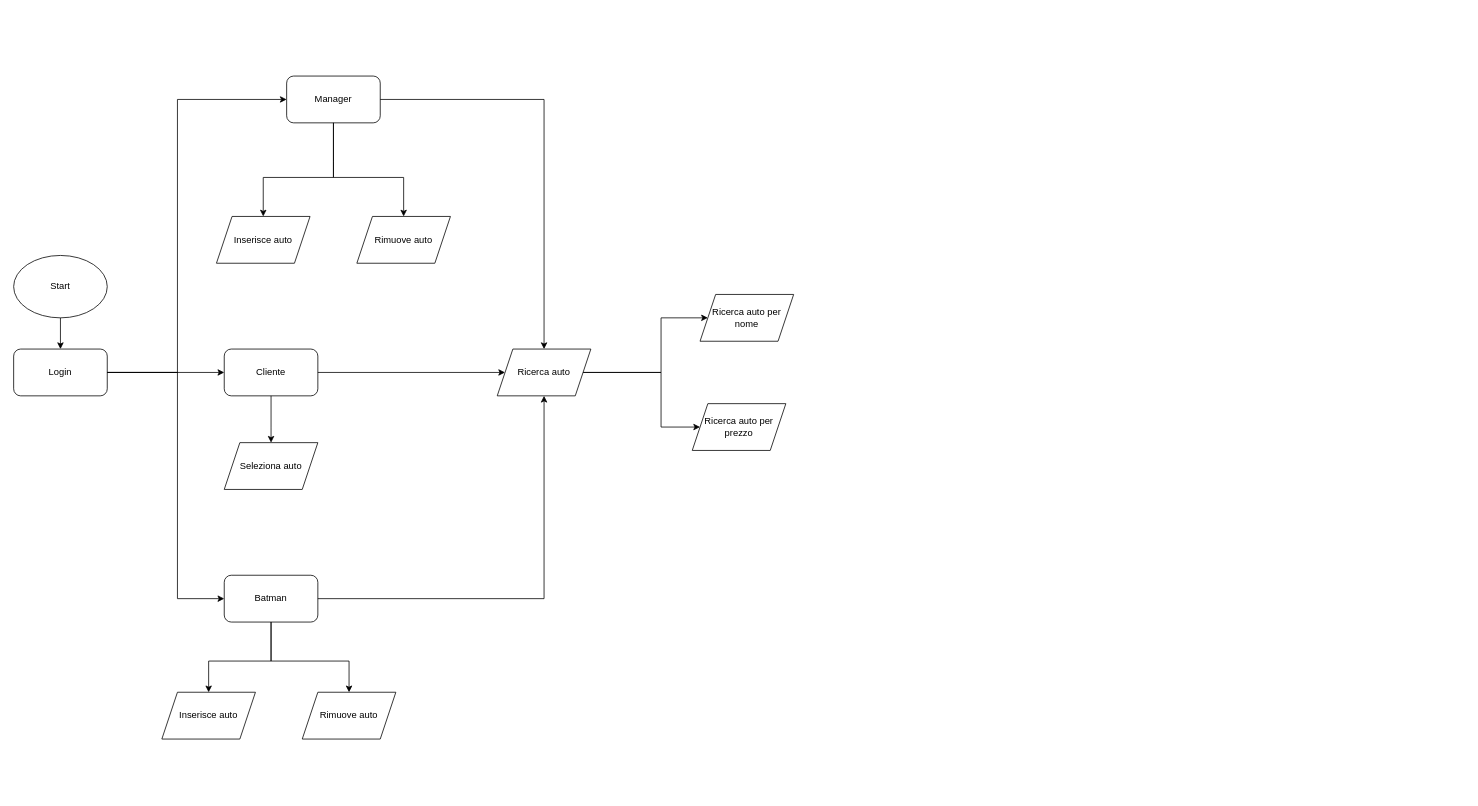
Before: Autonoleggio.drawio in margot71/Autonoleggio, a draw.io diagram. Source tidied: cells renumbered, new cells numbered last; positions are measured from the earlier drawing's top-left corner, leaving out a move shared by most shapes. Both pictures are drawn from the tidied source at 78%, with x=0, y=0 at pixel (13, 76).
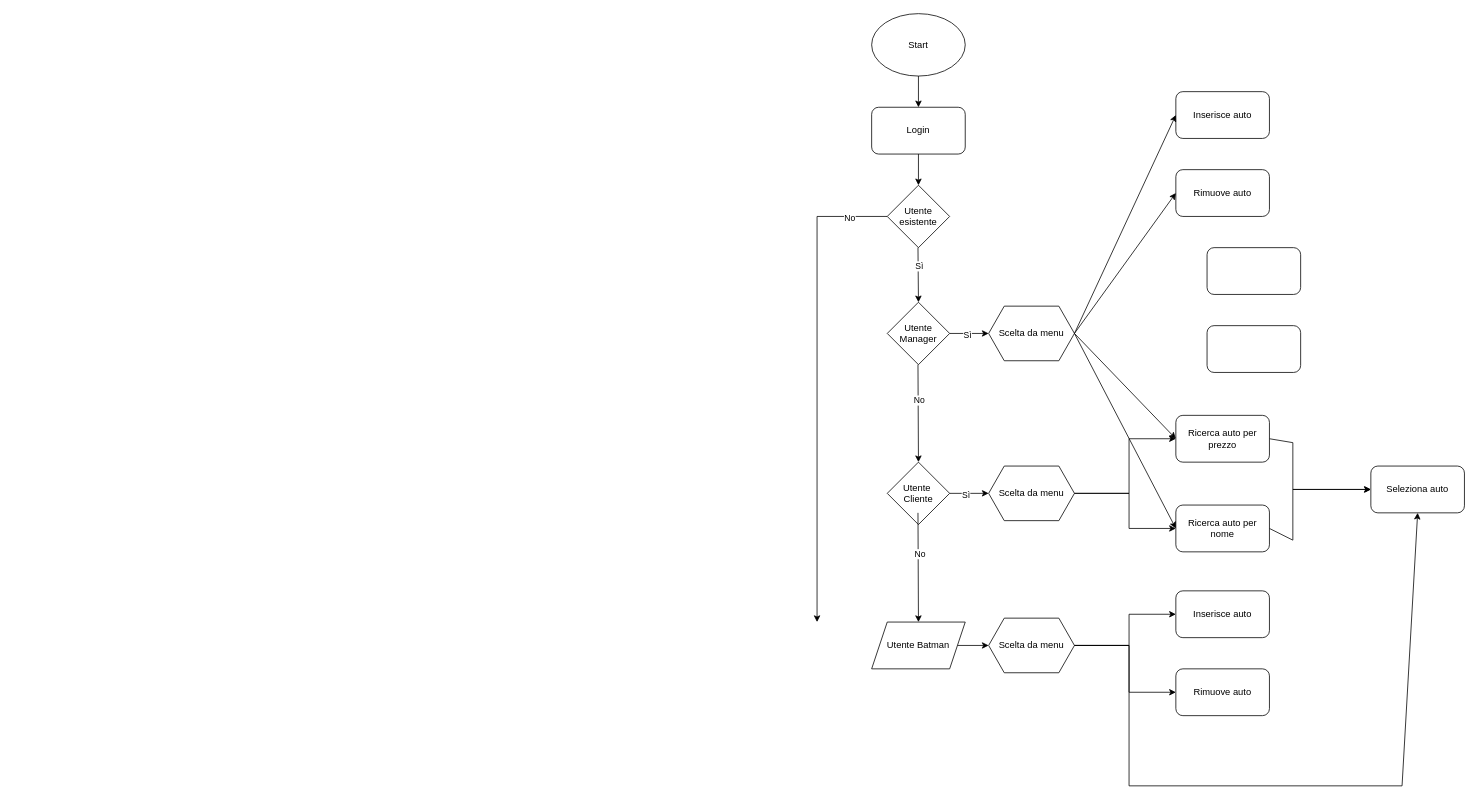
Above is the later version.

Change to the diagram source:
```diff
@@
     <mxCell id="2" value="Start" style="ellipse;whiteSpace=wrap;html=1;" parent="1" vertex="1">
-      <mxGeometry y="230" width="120" height="80" as="geometry" />
+      <mxGeometry x="1100" y="-80" width="120" height="80" as="geometry" />
     </mxCell>
+    <mxCell id="10" style="endArrow=classic;html=1;rounded=0;exitX=0.5;exitY=1;exitDx=0;exitDy=0;entryX=0.5;entryY=0;entryDx=0;entryDy=0;" parent="1" edge="1" source="2" target="3">
+      <mxGeometry relative="1" as="geometry" />
+    </mxCell>
+    <mxCell id="29" style="endArrow=classic;html=1;rounded=0;exitX=1;exitY=0.5;exitDx=0;exitDy=0;entryX=0.5;entryY=1;entryDx=0;entryDy=0;" parent="1" edge="1" source="48" target="16">
+      <mxGeometry relative="1" as="geometry">
+        <Array as="points">
+          <mxPoint x="1430" y="730" />
+          <mxPoint x="1430" y="910" />
+          <mxPoint x="1780" y="910" />
+        </Array>
+      </mxGeometry>
+    </mxCell>
+    <mxCell id="30" value="Scelta da menu" style="shape=hexagon;perimeter=hexagonPerimeter2;whiteSpace=wrap;html=1;fixedSize=1;" parent="1" vertex="1">
+      <mxGeometry x="1250" y="295" width="110" height="70" as="geometry" />
+    </mxCell>
+    <mxCell id="31" value="Utente esistente" style="rhombus;whiteSpace=wrap;html=1;" parent="1" vertex="1">
+      <mxGeometry x="1120" y="140" width="80" height="80" as="geometry" />
+    </mxCell>
+    <mxCell id="32" style="endArrow=classic;html=1;rounded=0;exitX=0.5;exitY=1;exitDx=0;exitDy=0;entryX=0.5;entryY=0;entryDx=0;entryDy=0;" parent="1" edge="1" source="3" target="31">
+      <mxGeometry relative="1" as="geometry" />
+    </mxCell>
+    <mxCell id="33" style="endArrow=classic;html=1;rounded=0;exitX=0;exitY=0.5;exitDx=0;exitDy=0;" parent="1" edge="1" source="31">
+      <mxGeometry relative="1" as="geometry">
+        <mxPoint x="1030" y="700" as="targetPoint" />
+        <Array as="points">
+          <mxPoint x="1030" y="180" />
+        </Array>
+      </mxGeometry>
+    </mxCell>
+    <mxCell id="34" value="No" style="edgeLabel;html=1;align=center;verticalAlign=middle;" parent="33" vertex="1">
+      <mxGeometry x="-0.82" y="1" relative="1" as="geometry">
+        <mxPoint x="6" as="offset" />
+      </mxGeometry>
+    </mxCell>
+    <mxCell id="35" style="endArrow=classic;html=1;rounded=0;exitX=0.5;exitY=1;exitDx=0;exitDy=0;entryX=0.5;entryY=0;entryDx=0;entryDy=0;" parent="1" edge="1" target="37">
+      <mxGeometry relative="1" as="geometry">
+        <mxPoint x="1159.4" y="220" as="sourcePoint" />
+      </mxGeometry>
+    </mxCell>
+    <mxCell id="36" value="Sì" style="edgeLabel;html=1;align=center;verticalAlign=middle;" parent="35" vertex="1">
+      <mxGeometry x="-0.31" y="1" relative="1" as="geometry" />
+    </mxCell>
+    <mxCell id="37" value="Utente Manager" style="rhombus;whiteSpace=wrap;html=1;" parent="1" vertex="1">
+      <mxGeometry x="1120" y="290" width="80" height="80" as="geometry" />
+    </mxCell>
+    <mxCell id="38" style="endArrow=classic;html=1;rounded=0;exitX=0.5;exitY=1;exitDx=0;exitDy=0;entryX=0.5;entryY=0;entryDx=0;entryDy=0;" parent="1" edge="1" target="43">
+      <mxGeometry relative="1" as="geometry">
+        <mxPoint x="1159.4" y="370" as="sourcePoint" />
+      </mxGeometry>
+    </mxCell>
+    <mxCell id="39" value="No" style="edgeLabel;html=1;align=center;verticalAlign=middle;" parent="38" vertex="1">
+      <mxGeometry x="-0.26" y="1" relative="1" as="geometry" />
+    </mxCell>
+    <mxCell id="40" style="endArrow=classic;html=1;rounded=0;exitX=1;exitY=0.5;exitDx=0;exitDy=0;entryX=0;entryY=0.5;entryDx=0;entryDy=0;" parent="1" edge="1" source="37" target="30">
+      <mxGeometry relative="1" as="geometry" />
+    </mxCell>
+    <mxCell id="41" value="Sì" style="edgeLabel;html=1;align=center;verticalAlign=middle;" parent="40" vertex="1">
+      <mxGeometry x="-0.14" y="-1" relative="1" as="geometry" />
+    </mxCell>
+    <mxCell id="42" value="Scelta da menu" style="shape=hexagon;perimeter=hexagonPerimeter2;whiteSpace=wrap;html=1;fixedSize=1;" parent="1" vertex="1">
+      <mxGeometry x="1250" y="500" width="110" height="70" as="geometry" />
+    </mxCell>
+    <mxCell id="43" value="Utente&amp;nbsp;&lt;div&gt;Cliente&lt;/div&gt;" style="rhombus;whiteSpace=wrap;html=1;" parent="1" vertex="1">
+      <mxGeometry x="1120" y="495" width="80" height="80" as="geometry" />
+    </mxCell>
+    <mxCell id="44" style="endArrow=classic;html=1;rounded=0;exitX=0.5;exitY=1;exitDx=0;exitDy=0;entryX=0.5;entryY=0;entryDx=0;entryDy=0;" parent="1" edge="1" target="51">
+      <mxGeometry relative="1" as="geometry">
+        <mxPoint x="1159.4" y="560" as="sourcePoint" />
+      </mxGeometry>
+    </mxCell>
+    <mxCell id="45" value="No" style="edgeLabel;html=1;align=center;verticalAlign=middle;" parent="44" vertex="1">
+      <mxGeometry x="-0.25" y="2" relative="1" as="geometry" />
+    </mxCell>
+    <mxCell id="46" style="endArrow=classic;html=1;rounded=0;exitX=1;exitY=0.5;exitDx=0;exitDy=0;entryX=0;entryY=0.5;entryDx=0;entryDy=0;" parent="1" edge="1" source="43" target="42">
+      <mxGeometry relative="1" as="geometry" />
+    </mxCell>
+    <mxCell id="47" value="Sì" style="edgeLabel;html=1;align=center;verticalAlign=middle;" parent="46" vertex="1">
+      <mxGeometry x="-0.19" y="-2" relative="1" as="geometry">
+        <mxPoint y="-1" as="offset" />
+      </mxGeometry>
+    </mxCell>
+    <mxCell id="48" value="Scelta da menu" style="shape=hexagon;perimeter=hexagonPerimeter2;whiteSpace=wrap;html=1;fixedSize=1;" parent="1" vertex="1">
+      <mxGeometry x="1250" y="695" width="110" height="70" as="geometry" />
+    </mxCell>
+    <mxCell id="49" style="endArrow=classic;html=1;rounded=0;exitX=1;exitY=0.5;exitDx=0;exitDy=0;entryX=0;entryY=0.5;entryDx=0;entryDy=0;" parent="1" edge="1" source="51" target="48">
+      <mxGeometry relative="1" as="geometry" />
+    </mxCell>
+    <mxCell id="50" style="endArrow=classic;html=1;rounded=0;exitX=1;exitY=0.5;exitDx=0;exitDy=0;entryX=0;entryY=0.5;entryDx=0;entryDy=0;" parent="1" edge="1" source="13" target="16">
+      <mxGeometry relative="1" as="geometry">
+        <Array as="points">
+          <mxPoint x="1640" y="595" />
+          <mxPoint x="1640" y="530" />
+        </Array>
+      </mxGeometry>
+    </mxCell>
+    <mxCell id="51" value="Utente Batman" style="shape=parallelogram;perimeter=parallelogramPerimeter;whiteSpace=wrap;html=1;fixedSize=1;" parent="1" vertex="1">
+      <mxGeometry x="1100" y="700" width="120" height="60" as="geometry" />
+    </mxCell>
+    <mxCell id="52" style="endArrow=classic;html=1;rounded=0;exitX=1;exitY=0.5;exitDx=0;exitDy=0;entryX=0;entryY=0.5;entryDx=0;entryDy=0;" parent="1" edge="1" source="17" target="16">
+      <mxGeometry relative="1" as="geometry">
+        <Array as="points">
+          <mxPoint x="1640" y="470" />
+          <mxPoint x="1640" y="530" />
+        </Array>
+      </mxGeometry>
+    </mxCell>
     <mxCell id="3" value="Login" style="rounded=1;whiteSpace=wrap;html=1;" parent="1" vertex="1">
-      <mxGeometry y="350" width="120" height="60" as="geometry" />
+      <mxGeometry x="1100" y="40" width="120" height="60" as="geometry" />
     </mxCell>
-    <mxCell id="4" value="Manager" style="rounded=1;whiteSpace=wrap;html=1;" parent="1" vertex="1">
-      <mxGeometry x="350" width="120" height="60" as="geometry" />
-    </mxCell>
-    <mxCell id="5" value="Cliente" style="rounded=1;whiteSpace=wrap;html=1;" parent="1" vertex="1">
-      <mxGeometry x="270" y="350" width="120" height="60" as="geometry" />
-    </mxCell>
-    <mxCell id="6" value="Batman" style="rounded=1;whiteSpace=wrap;html=1;" parent="1" vertex="1">
-      <mxGeometry x="270" y="640" width="120" height="60" as="geometry" />
-    </mxCell>
-    <mxCell id="7" style="endArrow=classic;html=1;rounded=0;exitX=1;exitY=0.5;exitDx=0;exitDy=0;entryX=0;entryY=0.5;entryDx=0;entryDy=0;" parent="1" edge="1" source="3" target="4">
-      <mxGeometry relative="1" as="geometry">
-        <Array as="points">
-          <mxPoint x="210" y="380" />
-          <mxPoint x="210" y="30" />
-        </Array>
-      </mxGeometry>
-    </mxCell>
-    <mxCell id="8" style="endArrow=classic;html=1;rounded=0;exitX=1;exitY=0.5;exitDx=0;exitDy=0;entryX=0;entryY=0.5;entryDx=0;entryDy=0;" parent="1" edge="1" source="3" target="6">
-      <mxGeometry relative="1" as="geometry">
-        <Array as="points">
-          <mxPoint x="210" y="380" />
-          <mxPoint x="210" y="670" />
-        </Array>
-      </mxGeometry>
-    </mxCell>
-    <mxCell id="9" style="endArrow=classic;html=1;rounded=0;exitX=1;exitY=0.5;exitDx=0;exitDy=0;entryX=0;entryY=0.5;entryDx=0;entryDy=0;" parent="1" edge="1" source="3" target="5">
-      <mxGeometry relative="1" as="geometry" />
-    </mxCell>
-    <mxCell id="10" style="endArrow=classic;html=1;rounded=0;exitX=0.5;exitY=1;exitDx=0;exitDy=0;entryX=0.5;entryY=0;entryDx=0;entryDy=0;" parent="1" edge="1" source="2" target="3">
-      <mxGeometry relative="1" as="geometry" />
-    </mxCell>
-    <mxCell id="11" value="Inserisce auto" style="shape=parallelogram;perimeter=parallelogramPerimeter;whiteSpace=wrap;html=1;fixedSize=1;" parent="1" vertex="1">
-      <mxGeometry x="260" y="180" width="120" height="60" as="geometry" />
-    </mxCell>
-    <mxCell id="12" value="Rimuove auto" style="shape=parallelogram;perimeter=parallelogramPerimeter;whiteSpace=wrap;html=1;fixedSize=1;" parent="1" vertex="1">
-      <mxGeometry x="440" y="180" width="120" height="60" as="geometry" />
-    </mxCell>
+    <mxCell id="53" value="Inserisce auto" style="rounded=1;whiteSpace=wrap;html=1;" parent="1" vertex="1">
+      <mxGeometry x="1490" y="20" width="120" height="60" as="geometry" />
+    </mxCell>
+    <mxCell id="54" value="Rimuove auto" style="rounded=1;whiteSpace=wrap;html=1;" parent="1" vertex="1">
+      <mxGeometry x="1490" y="120" width="120" height="60" as="geometry" />
+    </mxCell>
+    <mxCell id="55" style="endArrow=classic;html=1;rounded=0;exitX=1;exitY=0.5;exitDx=0;exitDy=0;entryX=0;entryY=0.5;entryDx=0;entryDy=0;" parent="1" edge="1" source="30" target="53">
+      <mxGeometry relative="1" as="geometry" />
+    </mxCell>
+    <mxCell id="56" style="endArrow=classic;html=1;rounded=0;exitX=1;exitY=0.5;exitDx=0;exitDy=0;entryX=0;entryY=0.5;entryDx=0;entryDy=0;" parent="1" edge="1" source="30" target="54">
+      <mxGeometry relative="1" as="geometry" />
+    </mxCell>
+    <mxCell id="17" value="Ricerca auto per prezzo" style="rounded=1;whiteSpace=wrap;html=1;" parent="1" vertex="1">
+      <mxGeometry x="1490" y="435" width="120" height="60" as="geometry" />
+    </mxCell>
-    <mxCell id="13" value="Ricerca auto per nome" style="shape=parallelogram;perimeter=parallelogramPerimeter;whiteSpace=wrap;html=1;fixedSize=1;" parent="1" vertex="1">
-      <mxGeometry x="880" y="280" width="120" height="60" as="geometry" />
+    <mxCell id="13" value="Ricerca auto per nome" style="rounded=1;whiteSpace=wrap;html=1;" parent="1" vertex="1">
+      <mxGeometry x="1490" y="550" width="120" height="60" as="geometry" />
     </mxCell>
-    <mxCell id="14" style="endArrow=classic;html=1;rounded=0;exitX=0.5;exitY=1;exitDx=0;exitDy=0;entryX=0.5;entryY=0;entryDx=0;entryDy=0;" parent="1" edge="1" source="4" target="11">
-      <mxGeometry relative="1" as="geometry">
-        <Array as="points">
-          <mxPoint x="410" y="130" />
-          <mxPoint x="320" y="130" />
-        </Array>
-      </mxGeometry>
-    </mxCell>
-    <mxCell id="15" style="endArrow=classic;html=1;rounded=0;exitX=0.5;exitY=1;exitDx=0;exitDy=0;entryX=0.5;entryY=0;entryDx=0;entryDy=0;" parent="1" edge="1" source="4" target="12">
-      <mxGeometry relative="1" as="geometry">
-        <Array as="points">
-          <mxPoint x="410" y="110" />
-          <mxPoint x="410" y="130" />
-          <mxPoint x="500" y="130" />
-        </Array>
-      </mxGeometry>
-    </mxCell>
-    <mxCell id="16" value="Seleziona auto" style="shape=parallelogram;perimeter=parallelogramPerimeter;whiteSpace=wrap;html=1;fixedSize=1;" parent="1" vertex="1">
-      <mxGeometry x="270" y="470" width="120" height="60" as="geometry" />
+    <mxCell id="16" value="Seleziona auto" style="rounded=1;whiteSpace=wrap;html=1;" parent="1" vertex="1">
+      <mxGeometry x="1740" y="500" width="120" height="60" as="geometry" />
     </mxCell>
-    <mxCell id="17" value="Ricerca auto per prezzo" style="shape=parallelogram;perimeter=parallelogramPerimeter;whiteSpace=wrap;html=1;fixedSize=1;" parent="1" vertex="1">
-      <mxGeometry x="870" y="420" width="120" height="60" as="geometry" />
-    </mxCell>
-    <mxCell id="18" style="endArrow=classic;html=1;rounded=0;exitX=1;exitY=0.5;exitDx=0;exitDy=0;entryX=0;entryY=0.5;entryDx=0;entryDy=0;" parent="1" edge="1" source="25" target="13">
-      <mxGeometry relative="1" as="geometry">
-        <Array as="points">
-          <mxPoint x="830" y="380" />
-          <mxPoint x="830" y="310" />
-        </Array>
-      </mxGeometry>
-    </mxCell>
-    <mxCell id="19" style="endArrow=classic;html=1;rounded=0;exitX=0.5;exitY=1;exitDx=0;exitDy=0;entryX=0.5;entryY=0;entryDx=0;entryDy=0;" parent="1" edge="1" source="5" target="16">
-      <mxGeometry relative="1" as="geometry">
-        <Array as="points">
-          <mxPoint x="330" y="450" />
-        </Array>
-      </mxGeometry>
-    </mxCell>
-    <mxCell id="20" style="endArrow=classic;html=1;rounded=0;exitX=1;exitY=0.5;exitDx=0;exitDy=0;entryX=0;entryY=0.5;entryDx=0;entryDy=0;" parent="1" edge="1" source="25" target="17">
-      <mxGeometry relative="1" as="geometry">
-        <Array as="points">
-          <mxPoint x="830" y="380" />
-          <mxPoint x="830" y="450" />
-        </Array>
-      </mxGeometry>
-    </mxCell>
-    <mxCell id="21" value="Inserisce auto" style="shape=parallelogram;perimeter=parallelogramPerimeter;whiteSpace=wrap;html=1;fixedSize=1;" parent="1" vertex="1">
-      <mxGeometry x="190" y="790" width="120" height="60" as="geometry" />
-    </mxCell>
-    <mxCell id="22" value="Rimuove auto" style="shape=parallelogram;perimeter=parallelogramPerimeter;whiteSpace=wrap;html=1;fixedSize=1;" parent="1" vertex="1">
-      <mxGeometry x="370" y="790" width="120" height="60" as="geometry" />
-    </mxCell>
-    <mxCell id="23" style="endArrow=classic;html=1;rounded=0;exitX=0.5;exitY=1;exitDx=0;exitDy=0;entryX=0.5;entryY=0;entryDx=0;entryDy=0;" parent="1" edge="1" source="6" target="21">
-      <mxGeometry relative="1" as="geometry">
-        <Array as="points">
-          <mxPoint x="330" y="750" />
-          <mxPoint x="250" y="750" />
-        </Array>
-      </mxGeometry>
-    </mxCell>
-    <mxCell id="24" style="endArrow=classic;html=1;rounded=0;exitX=0.5;exitY=1;exitDx=0;exitDy=0;entryX=0.5;entryY=0;entryDx=0;entryDy=0;" parent="1" edge="1" source="6" target="22">
-      <mxGeometry relative="1" as="geometry">
-        <Array as="points">
-          <mxPoint x="330" y="750" />
-          <mxPoint x="430" y="750" />
-        </Array>
-      </mxGeometry>
-    </mxCell>
-    <mxCell id="25" value="Ricerca auto" style="shape=parallelogram;perimeter=parallelogramPerimeter;whiteSpace=wrap;html=1;fixedSize=1;" parent="1" vertex="1">
-      <mxGeometry x="620" y="350" width="120" height="60" as="geometry" />
-    </mxCell>
-    <mxCell id="26" style="endArrow=classic;html=1;rounded=0;exitX=1;exitY=0.5;exitDx=0;exitDy=0;entryX=0;entryY=0.5;entryDx=0;entryDy=0;" parent="1" edge="1" source="5" target="25">
-      <mxGeometry relative="1" as="geometry" />
-    </mxCell>
-    <mxCell id="27" style="endArrow=classic;html=1;rounded=0;exitX=1;exitY=0.5;exitDx=0;exitDy=0;entryX=0.5;entryY=0;entryDx=0;entryDy=0;" parent="1" edge="1" source="4" target="25">
-      <mxGeometry relative="1" as="geometry">
-        <Array as="points">
-          <mxPoint x="680" y="30" />
-        </Array>
-      </mxGeometry>
-    </mxCell>
-    <mxCell id="28" style="endArrow=classic;html=1;rounded=0;exitX=1;exitY=0.5;exitDx=0;exitDy=0;entryX=0.5;entryY=1;entryDx=0;entryDy=0;" parent="1" edge="1" source="6" target="25">
-      <mxGeometry relative="1" as="geometry">
-        <Array as="points">
-          <mxPoint x="680" y="670" />
-        </Array>
-      </mxGeometry>
-    </mxCell>
+    <mxCell id="57" style="endArrow=classic;html=1;rounded=0;exitX=1;exitY=0.5;exitDx=0;exitDy=0;entryX=0;entryY=0.5;entryDx=0;entryDy=0;" parent="1" edge="1" source="42" target="17">
+      <mxGeometry relative="1" as="geometry">
+        <Array as="points">
+          <mxPoint x="1430" y="535" />
+          <mxPoint x="1430" y="465" />
+        </Array>
+      </mxGeometry>
+    </mxCell>
+    <mxCell id="58" style="endArrow=classic;html=1;rounded=0;exitX=1;exitY=0.5;exitDx=0;exitDy=0;entryX=0;entryY=0.5;entryDx=0;entryDy=0;" parent="1" edge="1" source="42" target="13">
+      <mxGeometry relative="1" as="geometry">
+        <Array as="points">
+          <mxPoint x="1430" y="535" />
+          <mxPoint x="1430" y="580" />
+        </Array>
+      </mxGeometry>
+    </mxCell>
+    <mxCell id="59" value="Inserisce auto" style="rounded=1;whiteSpace=wrap;html=1;" parent="1" vertex="1">
+      <mxGeometry x="1490" y="660" width="120" height="60" as="geometry" />
+    </mxCell>
+    <mxCell id="60" value="Rimuove auto" style="rounded=1;whiteSpace=wrap;html=1;" parent="1" vertex="1">
+      <mxGeometry x="1490" y="760" width="120" height="60" as="geometry" />
+    </mxCell>
+    <mxCell id="61" style="endArrow=classic;html=1;rounded=0;entryX=0;entryY=0.5;entryDx=0;entryDy=0;exitX=1;exitY=0.5;exitDx=0;exitDy=0;" parent="1" edge="1" source="48" target="59">
+      <mxGeometry relative="1" as="geometry">
+        <Array as="points">
+          <mxPoint x="1430" y="730" />
+          <mxPoint x="1430" y="690" />
+        </Array>
+      </mxGeometry>
+    </mxCell>
+    <mxCell id="62" style="endArrow=classic;html=1;rounded=0;exitX=1;exitY=0.5;exitDx=0;exitDy=0;entryX=0;entryY=0.5;entryDx=0;entryDy=0;" parent="1" edge="1" source="48" target="60">
+      <mxGeometry relative="1" as="geometry">
+        <Array as="points">
+          <mxPoint x="1430" y="730" />
+          <mxPoint x="1430" y="790" />
+        </Array>
+      </mxGeometry>
+    </mxCell>
+    <mxCell id="63" style="endArrow=classic;html=1;rounded=0;exitX=1;exitY=0.5;exitDx=0;exitDy=0;entryX=0;entryY=0.5;entryDx=0;entryDy=0;" parent="1" edge="1" source="30" target="17">
+      <mxGeometry relative="1" as="geometry" />
+    </mxCell>
+    <mxCell id="64" style="endArrow=classic;html=1;rounded=0;exitX=1;exitY=0.5;exitDx=0;exitDy=0;entryX=0;entryY=0.5;entryDx=0;entryDy=0;" parent="1" edge="1" source="30" target="13">
+      <mxGeometry relative="1" as="geometry" />
+    </mxCell>
+    <mxCell id="65" style="rounded=1;whiteSpace=wrap;html=1;" parent="1" vertex="1">
+      <mxGeometry x="1530" y="220" width="120" height="60" as="geometry" />
+    </mxCell>
+    <mxCell id="66" style="rounded=1;whiteSpace=wrap;html=1;" parent="1" vertex="1">
+      <mxGeometry x="1530" y="320" width="120" height="60" as="geometry" />
+    </mxCell>
```
